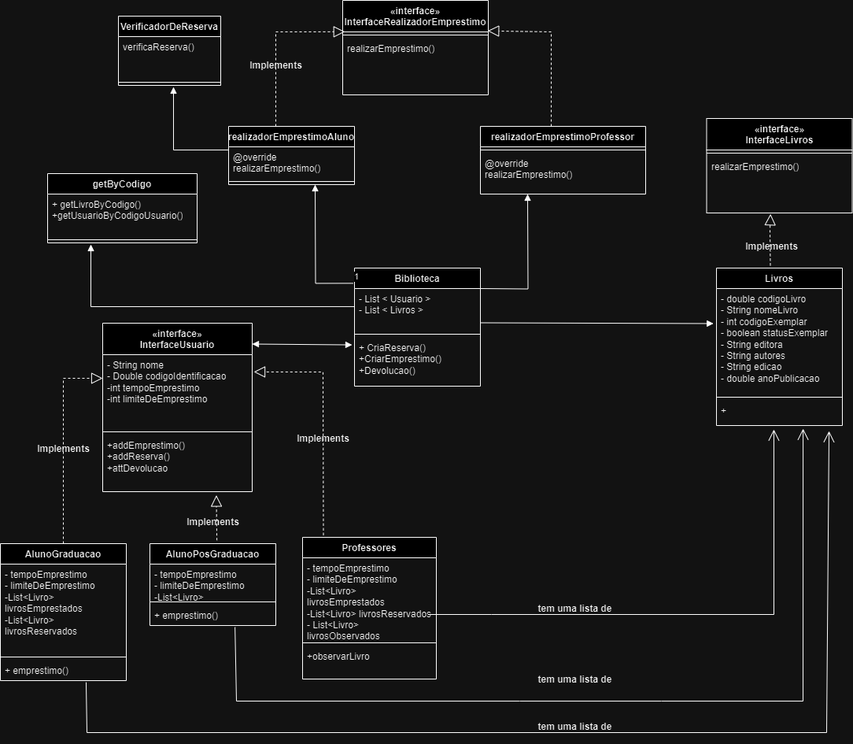
JoseRaimundo27/Trabalho-Final-EngSofware keeps this draw.io diagram as ClassesProjeto/DiagramaClassesTemporario.png. Above is the earlier version. Source tidied: cells renumbered, new cells last; positions are measured from the earlier drawing's top-left corner, leaving out a move shared by most shapes.
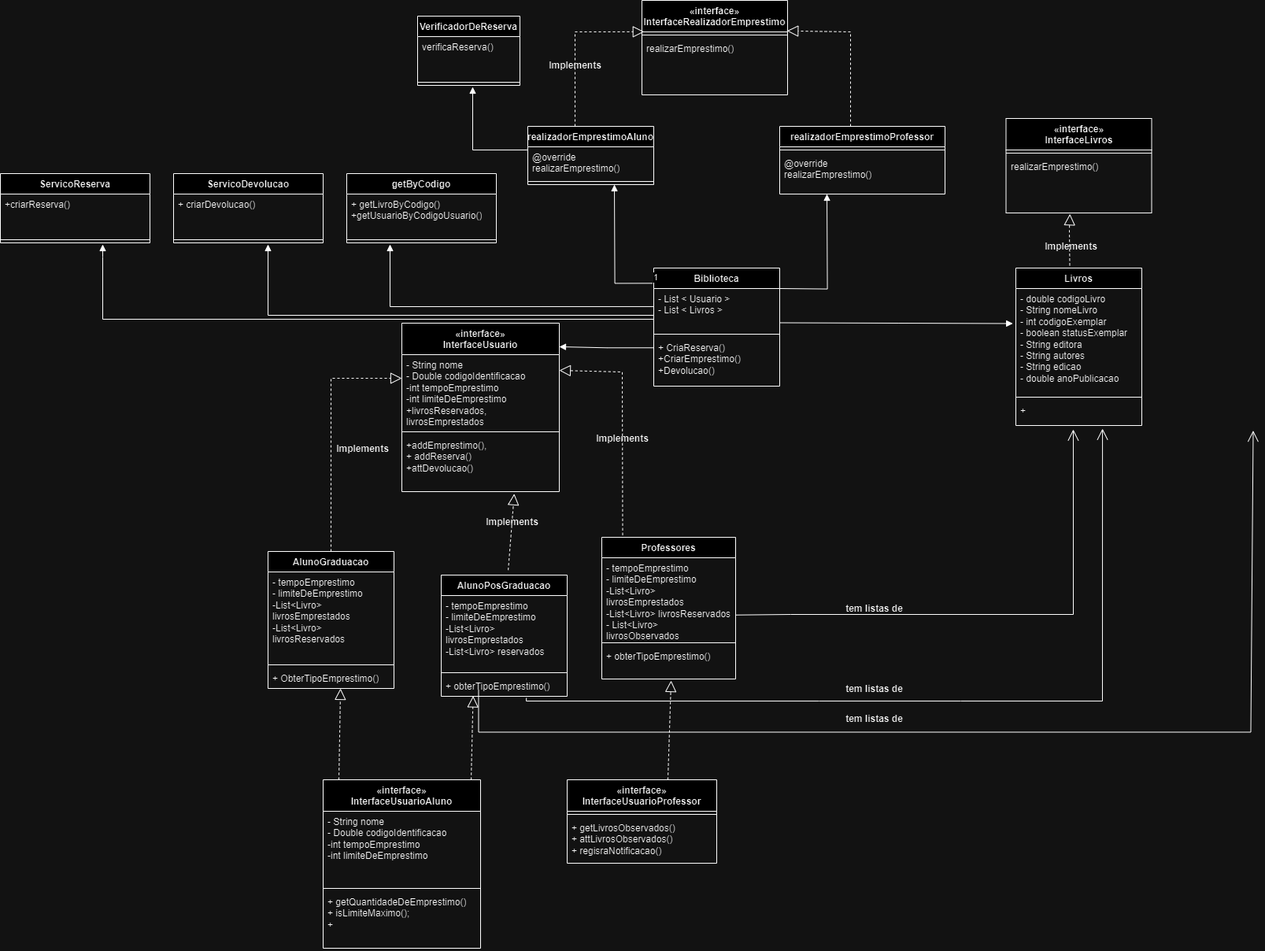
Above is the later version.

What changed in the source:
```diff
@@ -4,13 +4,33 @@
     <mxCell id="1" parent="0" />
+    <mxCell id="53" style="endArrow=open;endFill=1;endSize=12;html=1;rounded=0;exitX=0.676;exitY=1.082;exitDx=0;exitDy=0;exitPerimeter=0;entryX=0.688;entryY=1.125;entryDx=0;entryDy=0;entryPerimeter=0;" parent="1" edge="1" source="14" target="26">
+      <mxGeometry relative="1" as="geometry">
+        <Array as="points">
+          <mxPoint x="288" y="890" />
+          <mxPoint x="660" y="890" />
+          <mxPoint x="840" y="890" />
+          <mxPoint x="1020" y="890" />
+        </Array>
+      </mxGeometry>
+    </mxCell>
+    <mxCell id="54" style="endArrow=open;endFill=1;endSize=12;html=1;rounded=0;exitX=0.681;exitY=1.082;exitDx=0;exitDy=0;exitPerimeter=0;entryX=0.894;entryY=1.219;entryDx=0;entryDy=0;entryPerimeter=0;" parent="1" edge="1">
+      <mxGeometry relative="1" as="geometry">
+        <mxPoint x="227.4" y="875.6" as="sourcePoint" />
+        <mxPoint x="1211.5" y="546.5" as="targetPoint" />
+        <Array as="points">
+          <mxPoint x="227.5" y="929.5" />
+          <mxPoint x="1208.5" y="929.5" />
+        </Array>
+      </mxGeometry>
+    </mxCell>
     <mxCell id="2" value="«interface»&lt;br&gt;InterfaceUsuario" style="swimlane;fontStyle=1;align=center;verticalAlign=top;horizontal=1;startSize=40;whiteSpace=wrap;html=1;" parent="1" vertex="1">
-      <mxGeometry x="130" y="410" width="190" height="214" as="geometry" />
+      <mxGeometry x="130" y="410" width="200" height="214" as="geometry" />
     </mxCell>
-    <mxCell id="3" value="- String nome&lt;br&gt;- Double codigoIdentificacao&lt;br&gt;-int tempoEmprestimo&lt;br&gt;-int limiteDeEmprestimo&lt;br&gt;" style="text;strokeColor=none;fillColor=none;align=left;verticalAlign=top;spacingLeft=4;spacingRight=4;overflow=hidden;points=[[0,0.5],[1,0.5]];portConstraint=eastwest;whiteSpace=wrap;html=1;" parent="2" vertex="1">
-      <mxGeometry y="40" width="190" height="94" as="geometry" />
+    <mxCell id="3" value="- String nome&lt;br&gt;- Double codigoIdentificacao&lt;br&gt;-int tempoEmprestimo&lt;br&gt;-int limiteDeEmprestimo&lt;br&gt;+livrosReservados, livrosEmprestados" style="text;strokeColor=none;fillColor=none;align=left;verticalAlign=top;spacingLeft=4;spacingRight=4;overflow=hidden;points=[[0,0.5],[1,0.5]];portConstraint=eastwest;whiteSpace=wrap;html=1;" parent="2" vertex="1">
+      <mxGeometry y="40" width="200" height="94" as="geometry" />
     </mxCell>
     <mxCell id="4" style="line;strokeWidth=1;fillColor=none;align=left;verticalAlign=middle;spacingTop=-1;spacingLeft=3;spacingRight=3;labelPosition=right;strokeColor=inherit;" parent="2" vertex="1">
-      <mxGeometry y="134" width="190" height="8" as="geometry" />
+      <mxGeometry y="134" width="200" height="8" as="geometry" />
     </mxCell>
-    <mxCell id="5" value="+addEmprestimo()&lt;br&gt;+addReserva()&lt;br&gt;+attDevolucao" style="text;strokeColor=none;fillColor=none;align=left;verticalAlign=top;spacingLeft=4;spacingRight=4;overflow=hidden;points=[[0,0.5],[1,0.5]];portConstraint=eastwest;whiteSpace=wrap;html=1;" parent="2" vertex="1">
-      <mxGeometry y="142" width="190" height="72" as="geometry" />
+    <mxCell id="5" value="+addEmprestimo(),&lt;br&gt;+ addReserva()&lt;br&gt;+attDevolucao()" style="text;strokeColor=none;fillColor=none;align=left;verticalAlign=top;spacingLeft=4;spacingRight=4;overflow=hidden;points=[[0,0.5],[1,0.5]];portConstraint=eastwest;whiteSpace=wrap;html=1;" parent="2" vertex="1">
+      <mxGeometry y="142" width="200" height="72" as="geometry" />
     </mxCell>
@@ -19,3 +39,3 @@
         <Array as="points">
-          <mxPoint x="80" y="480" />
+          <mxPoint x="40" y="480" />
         </Array>
@@ -24,3 +44,3 @@
     <mxCell id="7" value="AlunoGraduacao" style="swimlane;fontStyle=1;align=center;verticalAlign=top;horizontal=1;startSize=26;whiteSpace=wrap;html=1;" parent="1" vertex="1">
-      <mxGeometry y="690" width="160" height="174" as="geometry" />
+      <mxGeometry x="-40" y="700" width="160" height="174" as="geometry" />
     </mxCell>
@@ -32,3 +52,3 @@
     </mxCell>
-    <mxCell id="10" value="+ emprestimo()" style="text;strokeColor=none;fillColor=none;align=left;verticalAlign=top;spacingLeft=4;spacingRight=4;overflow=hidden;points=[[0,0.5],[1,0.5]];portConstraint=eastwest;whiteSpace=wrap;html=1;" parent="7" vertex="1">
+    <mxCell id="10" value="+ ObterTipoEmprestimo()" style="text;strokeColor=none;fillColor=none;align=left;verticalAlign=top;spacingLeft=4;spacingRight=4;overflow=hidden;points=[[0,0.5],[1,0.5]];portConstraint=eastwest;whiteSpace=wrap;html=1;" parent="7" vertex="1">
       <mxGeometry y="148" width="160" height="26" as="geometry" />
@@ -36,12 +56,12 @@
     <mxCell id="11" value="AlunoPosGraduacao" style="swimlane;fontStyle=1;align=center;verticalAlign=top;horizontal=1;startSize=26;whiteSpace=wrap;html=1;" parent="1" vertex="1">
-      <mxGeometry x="190" y="690" width="160" height="104" as="geometry" />
+      <mxGeometry x="180" y="730" width="160" height="154" as="geometry" />
     </mxCell>
-    <mxCell id="12" value="- tempoEmprestimo&lt;br style=&quot;border-color: var(--border-color);&quot;&gt;- limiteDeEmprestimo&lt;br style=&quot;border-color: var(--border-color);&quot;&gt;-List&amp;lt;Livro&amp;gt; livrosEmprestados&lt;br style=&quot;border-color: var(--border-color);&quot;&gt;-List&amp;lt;Livro&amp;gt; livrosReservados" style="text;strokeColor=none;fillColor=none;align=left;verticalAlign=top;spacingLeft=4;spacingRight=4;overflow=hidden;whiteSpace=wrap;html=1;" parent="11" vertex="1">
-      <mxGeometry y="26" width="160" height="44" as="geometry" />
+    <mxCell id="12" value="- tempoEmprestimo&lt;br style=&quot;border-color: var(--border-color);&quot;&gt;- limiteDeEmprestimo&lt;br style=&quot;border-color: var(--border-color);&quot;&gt;-List&amp;lt;Livro&amp;gt; livrosEmprestados&lt;br style=&quot;border-color: var(--border-color);&quot;&gt;-List&amp;lt;Livro&amp;gt; reservados" style="text;strokeColor=none;fillColor=none;align=left;verticalAlign=top;spacingLeft=4;spacingRight=4;overflow=hidden;whiteSpace=wrap;html=1;" parent="11" vertex="1">
+      <mxGeometry y="26" width="160" height="94" as="geometry" />
     </mxCell>
     <mxCell id="13" style="line;strokeWidth=1;fillColor=none;align=left;verticalAlign=middle;spacingTop=-1;spacingLeft=3;spacingRight=3;labelPosition=right;strokeColor=inherit;" parent="11" vertex="1">
-      <mxGeometry y="70" width="160" height="8" as="geometry" />
+      <mxGeometry y="120" width="160" height="8" as="geometry" />
     </mxCell>
-    <mxCell id="14" value="+ emprestimo()" style="text;strokeColor=none;fillColor=none;align=left;verticalAlign=top;spacingLeft=4;spacingRight=4;overflow=hidden;points=[[0,0.5],[1,0.5]];portConstraint=eastwest;whiteSpace=wrap;html=1;" parent="11" vertex="1">
-      <mxGeometry y="78" width="160" height="26" as="geometry" />
+    <mxCell id="14" value="+ obterTipoEmprestimo()" style="text;strokeColor=none;fillColor=none;align=left;verticalAlign=top;spacingLeft=4;spacingRight=4;overflow=hidden;points=[[0,0.5],[1,0.5]];portConstraint=eastwest;whiteSpace=wrap;html=1;" parent="11" vertex="1">
+      <mxGeometry y="128" width="160" height="26" as="geometry" />
     </mxCell>
@@ -56,3 +76,3 @@
     </mxCell>
-    <mxCell id="18" value="+observarLivro" style="text;strokeColor=none;fillColor=none;align=left;verticalAlign=top;spacingLeft=4;spacingRight=4;overflow=hidden;points=[[0,0.5],[1,0.5]];portConstraint=eastwest;whiteSpace=wrap;html=1;" parent="15" vertex="1">
+    <mxCell id="18" value="+ obterTipoEmprestimo()" style="text;strokeColor=none;fillColor=none;align=left;verticalAlign=top;spacingLeft=4;spacingRight=4;overflow=hidden;points=[[0,0.5],[1,0.5]];portConstraint=eastwest;whiteSpace=wrap;html=1;" parent="15" vertex="1">
       <mxGeometry y="138" width="170" height="42" as="geometry" />
@@ -83,7 +103,2 @@
     </mxCell>
-    <mxCell id="27" style="endArrow=block;startArrow=block;endFill=1;startFill=1;html=1;rounded=0;entryX=-0.019;entryY=0.154;entryDx=0;entryDy=0;entryPerimeter=0;" parent="1" edge="1" target="22">
-      <mxGeometry relative="1" as="geometry">
-        <mxPoint x="320" y="436.5" as="sourcePoint" />
-      </mxGeometry>
-    </mxCell>
     <mxCell id="28" value="realizadorEmprestimoAluno" style="swimlane;fontStyle=1;align=center;verticalAlign=top;horizontal=1;startSize=26;whiteSpace=wrap;html=1;" parent="1" vertex="1">
@@ -126,5 +141,5 @@
     </mxCell>
-    <mxCell id="40" style="endArrow=block;dashed=1;endFill=0;endSize=12;html=1;rounded=0;exitX=0.156;exitY=-0.015;exitDx=0;exitDy=0;exitPerimeter=0;entryX=0.156;entryY=-0.015;entryDx=0;entryDy=0;entryPerimeter=0;" parent="1" edge="1" source="15">
+    <mxCell id="40" style="endArrow=block;dashed=1;endFill=0;endSize=12;html=1;rounded=0;exitX=0.156;exitY=-0.015;exitDx=0;exitDy=0;exitPerimeter=0;" parent="1" edge="1" source="15">
       <mxGeometry relative="1" as="geometry">
-        <mxPoint x="322.1" y="471.9" as="targetPoint" />
+        <mxPoint x="330" y="470" as="targetPoint" />
         <Array as="points">
@@ -134,3 +149,3 @@
     </mxCell>
-    <mxCell id="41" style="endArrow=block;dashed=1;endFill=0;endSize=12;html=1;rounded=0;exitX=0.532;exitY=-0.041;exitDx=0;exitDy=0;exitPerimeter=0;entryX=0.76;entryY=1.062;entryDx=0;entryDy=0;entryPerimeter=0;" parent="1" edge="1" source="11" target="5">
+    <mxCell id="41" style="endArrow=block;dashed=1;endFill=0;endSize=12;html=1;rounded=0;exitX=0.532;exitY=-0.041;exitDx=0;exitDy=0;exitPerimeter=0;entryX=0.714;entryY=1.038;entryDx=0;entryDy=0;entryPerimeter=0;" parent="1" edge="1" source="11" target="5">
       <mxGeometry relative="1" as="geometry" />
@@ -181,5 +196,4 @@
     </mxCell>
-    <mxCell id="52" style="endArrow=open;endFill=1;endSize=12;html=1;rounded=0;entryX=0.456;entryY=1.156;entryDx=0;entryDy=0;entryPerimeter=0;" parent="1" edge="1" target="26">
+    <mxCell id="52" style="endArrow=open;endFill=1;endSize=12;html=1;rounded=0;entryX=0.456;entryY=1.156;entryDx=0;entryDy=0;entryPerimeter=0;exitX=1;exitY=0.699;exitDx=0;exitDy=0;exitPerimeter=0;" parent="1" edge="1" source="16" target="26">
       <mxGeometry relative="1" as="geometry">
-        <mxPoint x="544" y="780" as="sourcePoint" />
         <Array as="points">
@@ -190,29 +204,5 @@
     </mxCell>
-    <mxCell id="53" style="endArrow=open;endFill=1;endSize=12;html=1;rounded=0;exitX=0.676;exitY=1.082;exitDx=0;exitDy=0;exitPerimeter=0;entryX=0.688;entryY=1.125;entryDx=0;entryDy=0;entryPerimeter=0;" parent="1" edge="1" source="14" target="26">
-      <mxGeometry relative="1" as="geometry">
-        <Array as="points">
-          <mxPoint x="300" y="890" />
-          <mxPoint x="660" y="890" />
-          <mxPoint x="840" y="890" />
-          <mxPoint x="1020" y="890" />
-        </Array>
-      </mxGeometry>
-    </mxCell>
-    <mxCell id="54" style="endArrow=open;endFill=1;endSize=12;html=1;rounded=0;exitX=0.681;exitY=1.082;exitDx=0;exitDy=0;exitPerimeter=0;entryX=0.894;entryY=1.219;entryDx=0;entryDy=0;entryPerimeter=0;" parent="1" edge="1" source="10" target="26">
-      <mxGeometry relative="1" as="geometry">
-        <Array as="points">
-          <mxPoint x="110" y="930" />
-          <mxPoint x="1050" y="930" />
-        </Array>
-      </mxGeometry>
-    </mxCell>
-    <mxCell id="55" value="tem uma lista de" style="text;align=center;fontStyle=1;verticalAlign=middle;spacingLeft=3;spacingRight=3;strokeColor=none;html=1;" parent="1" vertex="1">
+    <mxCell id="55" value="tem listas de" style="text;align=center;fontStyle=1;verticalAlign=middle;spacingLeft=3;spacingRight=3;strokeColor=none;html=1;" parent="1" vertex="1">
       <mxGeometry x="690" y="760" width="80" height="26" as="geometry" />
     </mxCell>
-    <mxCell id="56" value="tem uma lista de" style="text;align=center;fontStyle=1;verticalAlign=middle;spacingLeft=3;spacingRight=3;strokeColor=none;html=1;" parent="1" vertex="1">
-      <mxGeometry x="690" y="850" width="80" height="26" as="geometry" />
-    </mxCell>
-    <mxCell id="57" value="tem uma lista de" style="text;align=center;fontStyle=1;verticalAlign=middle;spacingLeft=3;spacingRight=3;strokeColor=none;html=1;" parent="1" vertex="1">
-      <mxGeometry x="690" y="910" width="80" height="26" as="geometry" />
-    </mxCell>
     <mxCell id="58" value="getByCodigo" style="swimlane;fontStyle=1;align=center;verticalAlign=top;horizontal=1;startSize=26;whiteSpace=wrap;html=1;" parent="1" vertex="1">
@@ -262,2 +252,89 @@
     </mxCell>
+    <mxCell id="68" value="ServicoDevolucao" style="swimlane;fontStyle=1;align=center;verticalAlign=top;horizontal=1;startSize=26;whiteSpace=wrap;html=1;" parent="1" vertex="1">
+      <mxGeometry x="-160" y="220" width="190" height="88" as="geometry" />
+    </mxCell>
+    <mxCell id="69" value="+ criarDevolucao()" style="text;strokeColor=none;fillColor=none;align=left;verticalAlign=top;spacingLeft=4;spacingRight=4;overflow=hidden;whiteSpace=wrap;html=1;" parent="68" vertex="1">
+      <mxGeometry y="26" width="190" height="54" as="geometry" />
+    </mxCell>
+    <mxCell id="70" style="line;strokeWidth=1;fillColor=none;align=left;verticalAlign=middle;spacingTop=-1;spacingLeft=3;spacingRight=3;labelPosition=right;strokeColor=inherit;" parent="68" vertex="1">
+      <mxGeometry y="80" width="190" height="8" as="geometry" />
+    </mxCell>
+    <mxCell id="71" value="ServicoReserva" style="swimlane;fontStyle=1;align=center;verticalAlign=top;horizontal=1;startSize=26;whiteSpace=wrap;html=1;" parent="1" vertex="1">
+      <mxGeometry x="-380" y="220" width="190" height="88" as="geometry" />
+    </mxCell>
+    <mxCell id="72" value="+criarReserva()" style="text;strokeColor=none;fillColor=none;align=left;verticalAlign=top;spacingLeft=4;spacingRight=4;overflow=hidden;whiteSpace=wrap;html=1;" parent="71" vertex="1">
+      <mxGeometry y="26" width="190" height="54" as="geometry" />
+    </mxCell>
+    <mxCell id="73" style="line;strokeWidth=1;fillColor=none;align=left;verticalAlign=middle;spacingTop=-1;spacingLeft=3;spacingRight=3;labelPosition=right;strokeColor=inherit;" parent="71" vertex="1">
+      <mxGeometry y="80" width="190" height="8" as="geometry" />
+    </mxCell>
+    <mxCell id="74" style="endArrow=block;endFill=1;html=1;edgeStyle=orthogonalEdgeStyle;align=left;verticalAlign=top;rounded=0;exitX=-0.003;exitY=0.425;exitDx=0;exitDy=0;exitPerimeter=0;" parent="1" edge="1">
+      <mxGeometry x="-1" relative="1" as="geometry">
+        <mxPoint x="450" y="405" as="sourcePoint" />
+        <mxPoint x="-40" y="310" as="targetPoint" />
+        <Array as="points">
+          <mxPoint x="450" y="400" />
+          <mxPoint x="-40" y="400" />
+        </Array>
+      </mxGeometry>
+    </mxCell>
+    <mxCell id="75" style="endArrow=block;endFill=1;html=1;edgeStyle=orthogonalEdgeStyle;align=left;verticalAlign=top;rounded=0;exitX=-0.003;exitY=0.425;exitDx=0;exitDy=0;exitPerimeter=0;" parent="1" edge="1">
+      <mxGeometry x="-1" relative="1" as="geometry">
+        <mxPoint x="450" y="405" as="sourcePoint" />
+        <mxPoint x="-250" y="310" as="targetPoint" />
+        <Array as="points">
+          <mxPoint x="-250" y="405" />
+          <mxPoint x="-250" y="326" />
+        </Array>
+      </mxGeometry>
+    </mxCell>
+    <mxCell id="76" value="tem listas de" style="text;align=center;fontStyle=1;verticalAlign=middle;spacingLeft=3;spacingRight=3;strokeColor=none;html=1;" parent="1" vertex="1">
+      <mxGeometry x="690" y="862" width="80" height="26" as="geometry" />
+    </mxCell>
+    <mxCell id="77" value="tem listas de" style="text;align=center;fontStyle=1;verticalAlign=middle;spacingLeft=3;spacingRight=3;strokeColor=none;html=1;" parent="1" vertex="1">
+      <mxGeometry x="690" y="900" width="80" height="26" as="geometry" />
+    </mxCell>
+    <mxCell id="78" style="endArrow=block;endFill=1;html=1;edgeStyle=orthogonalEdgeStyle;align=left;verticalAlign=top;rounded=0;exitX=0.003;exitY=0.214;exitDx=0;exitDy=0;exitPerimeter=0;" parent="1" edge="1" source="22">
+      <mxGeometry x="-1" relative="1" as="geometry">
+        <mxPoint x="330" y="440" as="targetPoint" />
+      </mxGeometry>
+    </mxCell>
+    <mxCell id="79" value="«interface»&lt;br&gt;InterfaceUsuarioAluno" style="swimlane;fontStyle=1;align=center;verticalAlign=top;horizontal=1;startSize=40;whiteSpace=wrap;html=1;" parent="1" vertex="1">
+      <mxGeometry x="30" y="990" width="200" height="214" as="geometry" />
+    </mxCell>
+    <mxCell id="80" value="- String nome&lt;br&gt;- Double codigoIdentificacao&lt;br&gt;-int tempoEmprestimo&lt;br&gt;-int limiteDeEmprestimo&lt;br&gt;" style="text;strokeColor=none;fillColor=none;align=left;verticalAlign=top;spacingLeft=4;spacingRight=4;overflow=hidden;whiteSpace=wrap;html=1;" parent="79" vertex="1">
+      <mxGeometry y="40" width="200" height="94" as="geometry" />
+    </mxCell>
+    <mxCell id="81" style="line;strokeWidth=1;fillColor=none;align=left;verticalAlign=middle;spacingTop=-1;spacingLeft=3;spacingRight=3;labelPosition=right;strokeColor=inherit;" parent="79" vertex="1">
+      <mxGeometry y="134" width="200" height="8" as="geometry" />
+    </mxCell>
+    <mxCell id="82" value="+ getQuantidadeDeEmprestimo()&lt;br&gt;+ isLimiteMaximo();&lt;br&gt;+&amp;nbsp;" style="text;strokeColor=none;fillColor=none;align=left;verticalAlign=top;spacingLeft=4;spacingRight=4;overflow=hidden;whiteSpace=wrap;html=1;" parent="79" vertex="1">
+      <mxGeometry y="142" width="200" height="72" as="geometry" />
+    </mxCell>
+    <mxCell id="83" value="«interface»&lt;br&gt;InterfaceUsuarioProfessor" style="swimlane;fontStyle=1;align=center;verticalAlign=top;horizontal=1;startSize=40;whiteSpace=wrap;html=1;" parent="1" vertex="1">
+      <mxGeometry x="340" y="990" width="190" height="106" as="geometry" />
+    </mxCell>
+    <mxCell id="84" style="line;strokeWidth=1;fillColor=none;align=left;verticalAlign=middle;spacingTop=-1;spacingLeft=3;spacingRight=3;labelPosition=right;strokeColor=inherit;" parent="83" vertex="1">
+      <mxGeometry y="40" width="190" height="8" as="geometry" />
+    </mxCell>
+    <mxCell id="85" value="+ getLivrosObservados()&lt;br&gt;+ attLivrosObservados()&lt;br&gt;+ regisraNotificacao()" style="text;strokeColor=none;fillColor=none;align=left;verticalAlign=top;spacingLeft=4;spacingRight=4;overflow=hidden;whiteSpace=wrap;html=1;" parent="83" vertex="1">
+      <mxGeometry y="48" width="190" height="58" as="geometry" />
+    </mxCell>
+    <mxCell id="86" style="endArrow=block;dashed=1;endFill=0;endSize=12;html=1;rounded=0;exitX=0.532;exitY=-0.041;exitDx=0;exitDy=0;exitPerimeter=0;entryX=0.638;entryY=1;entryDx=0;entryDy=0;entryPerimeter=0;" parent="1" edge="1">
+      <mxGeometry relative="1" as="geometry">
+        <mxPoint x="50" y="990" as="sourcePoint" />
+        <mxPoint x="52.1" y="874" as="targetPoint" />
+      </mxGeometry>
+    </mxCell>
+    <mxCell id="87" style="endArrow=block;dashed=1;endFill=0;endSize=12;html=1;rounded=0;entryX=0.638;entryY=1;entryDx=0;entryDy=0;entryPerimeter=0;" parent="1" edge="1">
+      <mxGeometry relative="1" as="geometry">
+        <mxPoint x="218" y="990" as="sourcePoint" />
+        <mxPoint x="220.6" y="883.5" as="targetPoint" />
+      </mxGeometry>
+    </mxCell>
+    <mxCell id="88" style="endArrow=block;dashed=1;endFill=0;endSize=12;html=1;rounded=0;exitX=0.532;exitY=-0.041;exitDx=0;exitDy=0;exitPerimeter=0;entryX=0.518;entryY=1.048;entryDx=0;entryDy=0;entryPerimeter=0;" parent="1" edge="1" target="18">
+      <mxGeometry relative="1" as="geometry">
+        <mxPoint x="468" y="990" as="sourcePoint" />
+      </mxGeometry>
+    </mxCell>
   </root>
```
